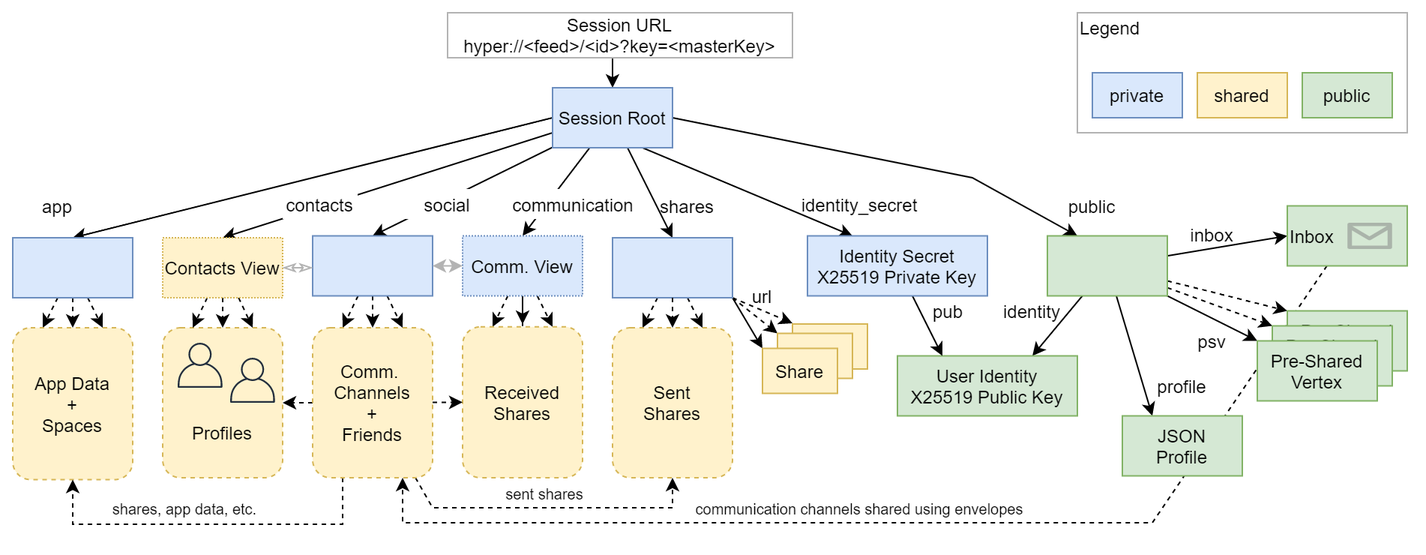
This is docs/session.png from fsteff/certacrypt, a draw.io export, as it was before one commit. Source tidied: cells renumbered, new cells last; positions are measured from the earlier drawing's top-left corner, leaving out a move shared by most shapes.
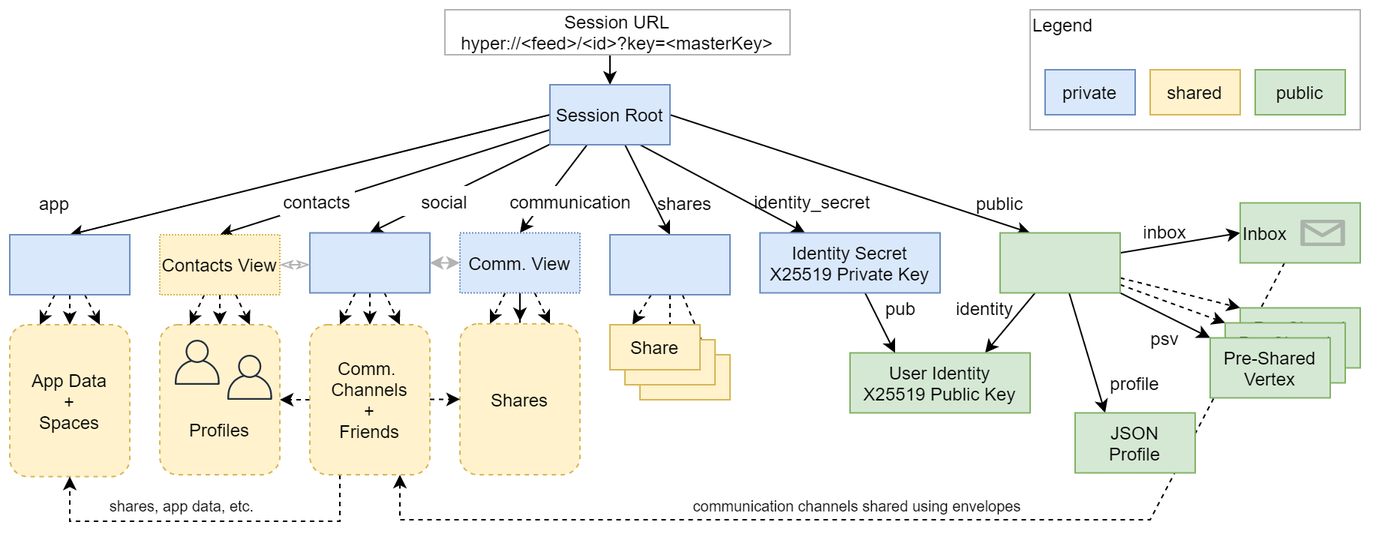
Later version of the same file.

Change to the diagram source:
```diff
@@ -23,11 +23,7 @@
       <mxGeometry x="290" width="230" height="30" as="geometry" />
     </mxCell>
     <mxCell id="6" style="edgeStyle=none;rounded=0;jettySize=auto;html=1;entryX=0.25;entryY=0;entryDx=0;entryDy=0;exitX=1;exitY=0.5;exitDx=0;exitDy=0;" parent="1" edge="1" source="13" target="20">
-      <mxGeometry relative="1" as="geometry">
-        <Array as="points">
-          <mxPoint x="640" y="110" />
-        </Array>
-      </mxGeometry>
+      <mxGeometry relative="1" as="geometry" />
     </mxCell>
     <mxCell id="7" style="edgeStyle=none;rounded=0;jettySize=auto;html=1;entryX=0.25;entryY=0;entryDx=0;entryDy=0;exitX=0.75;exitY=1;exitDx=0;exitDy=0;" parent="1" edge="1" source="13" target="30">
       <mxGeometry relative="1" as="geometry" />
@@ -73,55 +69,55 @@
       <mxGeometry relative="1" as="geometry" />
     </mxCell>
     <mxCell id="20" style="rounded=0;whiteSpace=wrap;html=1;align=left;fillColor=#d5e8d4;strokeColor=#82b366;" parent="1" vertex="1">
-      <mxGeometry x="690" y="148.8" width="80" height="40" as="geometry" />
+      <mxGeometry x="660" y="148.8" width="80" height="40" as="geometry" />
     </mxCell>
     <mxCell id="21" value="public" style="text;html=1;strokeColor=none;fillColor=none;align=center;verticalAlign=middle;whiteSpace=wrap;rounded=0;" parent="1" vertex="1">
-      <mxGeometry x="700" y="118.8" width="40" height="20" as="geometry" />
+      <mxGeometry x="640" y="118.8" width="40" height="20" as="geometry" />
     </mxCell>
     <mxCell id="22" value="User Identity&lt;br&gt;&lt;span&gt;X25519 Public Key&lt;/span&gt;" style="rounded=0;whiteSpace=wrap;html=1;fillColor=#d5e8d4;strokeColor=#82b366;" parent="1" vertex="1">
-      <mxGeometry x="590" y="228.8" width="120" height="40" as="geometry" />
+      <mxGeometry x="560" y="228.8" width="120" height="40" as="geometry" />
     </mxCell>
     <mxCell id="23" value="JSON&lt;br&gt;Profile" style="rounded=0;whiteSpace=wrap;html=1;fillColor=#d5e8d4;strokeColor=#82b366;" parent="1" vertex="1">
-      <mxGeometry x="740" y="268.8" width="80" height="40" as="geometry" />
+      <mxGeometry x="710" y="268.8" width="80" height="40" as="geometry" />
     </mxCell>
     <mxCell id="24" value="profile" style="text;html=1;strokeColor=none;fillColor=none;align=center;verticalAlign=middle;whiteSpace=wrap;rounded=0;" parent="1" vertex="1">
-      <mxGeometry x="760" y="238.8" width="40" height="20" as="geometry" />
+      <mxGeometry x="730" y="238.8" width="40" height="20" as="geometry" />
     </mxCell>
     <mxCell id="25" value="identity" style="text;html=1;strokeColor=none;fillColor=none;align=center;verticalAlign=middle;whiteSpace=wrap;rounded=0;" parent="1" vertex="1">
-      <mxGeometry x="660" y="188.8" width="40" height="20" as="geometry" />
+      <mxGeometry x="630" y="188.8" width="40" height="20" as="geometry" />
     </mxCell>
     <mxCell id="26" value="Pre-Shared&lt;br&gt;Vertex" style="rounded=0;whiteSpace=wrap;html=1;fillColor=#d5e8d4;strokeColor=#82b366;" parent="1" vertex="1">
-      <mxGeometry x="850" y="198.8" width="80" height="40" as="geometry" />
+      <mxGeometry x="820" y="198.8" width="80" height="40" as="geometry" />
     </mxCell>
     <mxCell id="27" value="Pre-Shared&lt;br&gt;Vertex" style="rounded=0;whiteSpace=wrap;html=1;fillColor=#d5e8d4;strokeColor=#82b366;" parent="1" vertex="1">
-      <mxGeometry x="840" y="208.8" width="80" height="40" as="geometry" />
+      <mxGeometry x="810" y="208.8" width="80" height="40" as="geometry" />
     </mxCell>
     <mxCell id="28" value="Pre-Shared&lt;br&gt;Vertex" style="rounded=0;whiteSpace=wrap;html=1;fillColor=#d5e8d4;strokeColor=#82b366;" parent="1" vertex="1">
-      <mxGeometry x="830" y="218.8" width="80" height="40" as="geometry" />
+      <mxGeometry x="800" y="218.8" width="80" height="40" as="geometry" />
     </mxCell>
     <mxCell id="29" style="edgeStyle=none;rounded=0;jettySize=auto;html=1;entryX=0.25;entryY=0;entryDx=0;entryDy=0;" parent="1" edge="1" source="30" target="22">
       <mxGeometry relative="1" as="geometry" />
     </mxCell>
     <mxCell id="30" value="Identity Secret&lt;br&gt;X25519 Private Key" style="rounded=0;whiteSpace=wrap;html=1;fillColor=#dae8fc;strokeColor=#6c8ebf;" parent="1" vertex="1">
-      <mxGeometry x="530" y="148.8" width="120" height="40" as="geometry" />
+      <mxGeometry x="500" y="148.8" width="120" height="40" as="geometry" />
     </mxCell>
     <mxCell id="31" value="pub" style="text;html=1;strokeColor=none;fillColor=none;align=center;verticalAlign=middle;whiteSpace=wrap;rounded=0;" parent="1" vertex="1">
-      <mxGeometry x="604" y="188.8" width="40" height="20" as="geometry" />
+      <mxGeometry x="574" y="188.8" width="40" height="20" as="geometry" />
     </mxCell>
     <mxCell id="32" value="identity_secret" style="text;html=1;strokeColor=none;fillColor=none;align=center;verticalAlign=middle;whiteSpace=wrap;rounded=0;" parent="1" vertex="1">
-      <mxGeometry x="520" y="117.5" width="90" height="20" as="geometry" />
+      <mxGeometry x="490" y="117.5" width="90" height="20" as="geometry" />
     </mxCell>
     <mxCell id="33" value="psv" style="text;html=1;strokeColor=none;fillColor=none;align=center;verticalAlign=middle;whiteSpace=wrap;rounded=0;" parent="1" vertex="1">
-      <mxGeometry x="780" y="208.8" width="40" height="20" as="geometry" />
+      <mxGeometry x="750" y="208.8" width="40" height="20" as="geometry" />
     </mxCell>
     <mxCell id="34" value="Inbox" style="rounded=0;whiteSpace=wrap;html=1;align=left;fillColor=#d5e8d4;strokeColor=#82b366;" parent="1" vertex="1">
-      <mxGeometry x="850" y="128.8" width="80" height="40" as="geometry" />
+      <mxGeometry x="820" y="128.8" width="80" height="40" as="geometry" />
     </mxCell>
     <mxCell id="35" style="verticalLabelPosition=bottom;html=1;verticalAlign=top;align=center;strokeColor=none;shape=mxgraph.azure.message;fillColor=#808080;" parent="1" vertex="1">
-      <mxGeometry x="890" y="140" width="30" height="17.5" as="geometry" />
+      <mxGeometry x="860" y="140" width="30" height="17.5" as="geometry" />
     </mxCell>
     <mxCell id="36" value="inbox" style="text;html=1;strokeColor=none;fillColor=none;align=center;verticalAlign=middle;whiteSpace=wrap;rounded=0;" parent="1" vertex="1">
-      <mxGeometry x="780" y="137.5" width="40" height="20" as="geometry" />
+      <mxGeometry x="750" y="137.5" width="40" height="20" as="geometry" />
     </mxCell>
     <mxCell id="37" style="rounded=0;jettySize=auto;html=1;entryX=0.25;entryY=0;entryDx=0;entryDy=0;dashed=1;exitX=0.371;exitY=1.001;exitDx=0;exitDy=0;exitPerimeter=0;" parent="1" edge="1" source="40" target="3">
       <mxGeometry relative="1" as="geometry" />
@@ -197,21 +193,21 @@
       <mxGeometry x="430" y="320" width="270" height="20" as="geometry" />
     </mxCell>
     <mxCell id="59" style="rounded=0;whiteSpace=wrap;html=1;fillColor=none;strokeColor=#B3B3B3;" parent="1" vertex="1">
-      <mxGeometry x="710" width="220" height="80" as="geometry" />
+      <mxGeometry x="680" width="220" height="80" as="geometry" />
     </mxCell>
     <mxCell id="60" value="Legend" style="text;html=1;strokeColor=none;fillColor=none;align=left;verticalAlign=middle;whiteSpace=wrap;rounded=0;" parent="1" vertex="1">
-      <mxGeometry x="710" width="50" height="20" as="geometry" />
+      <mxGeometry x="680" width="50" height="20" as="geometry" />
     </mxCell>
     <mxCell id="61" value="private" style="rounded=0;whiteSpace=wrap;html=1;strokeColor=#6c8ebf;fillColor=#dae8fc;" parent="1" vertex="1">
-      <mxGeometry x="720" y="40" width="60" height="30" as="geometry" />
+      <mxGeometry x="690" y="40" width="60" height="30" as="geometry" />
     </mxCell>
     <mxCell id="62" value="shared" style="rounded=0;whiteSpace=wrap;html=1;strokeColor=#d6b656;fillColor=#fff2cc;" parent="1" vertex="1">
-      <mxGeometry x="790" y="40" width="60" height="30" as="geometry" />
+      <mxGeometry x="760" y="40" width="60" height="30" as="geometry" />
     </mxCell>
     <mxCell id="63" value="public" style="rounded=0;whiteSpace=wrap;html=1;strokeColor=#82b366;fillColor=#d5e8d4;" parent="1" vertex="1">
-      <mxGeometry x="860" y="40" width="60" height="30" as="geometry" />
+      <mxGeometry x="830" y="40" width="60" height="30" as="geometry" />
     </mxCell>
-    <mxCell id="64" value="Received&lt;br&gt;Shares" style="rounded=1;whiteSpace=wrap;html=1;dashed=1;fillColor=#fff2cc;strokeColor=#d6b656;" parent="1" vertex="1">
+    <mxCell id="64" value="Shares" style="rounded=1;whiteSpace=wrap;html=1;dashed=1;fillColor=#fff2cc;strokeColor=#d6b656;" parent="1" vertex="1">
       <mxGeometry x="300" y="209.4" width="80" height="100.6" as="geometry" />
     </mxCell>
     <mxCell id="65" style="edgeStyle=none;rounded=0;jettySize=auto;html=1;entryX=0.5;entryY=0;entryDx=0;entryDy=0;dashed=1;" parent="1" edge="1" source="68" target="73">
@@ -229,14 +225,6 @@
     <mxCell id="69" value="communication" style="text;html=1;strokeColor=none;align=center;verticalAlign=middle;whiteSpace=wrap;rounded=0;fillColor=#ffffff;" parent="1" vertex="1">
       <mxGeometry x="329" y="117.5" width="90" height="20" as="geometry" />
     </mxCell>
-    <mxCell id="70" style="edgeStyle=none;rounded=0;jettySize=auto;html=1;entryX=0.5;entryY=1;entryDx=0;entryDy=0;dashed=1;" parent="1" edge="1" source="73" target="83">
-      <mxGeometry relative="1" as="geometry">
-        <Array as="points">
-          <mxPoint x="280" y="330" />
-          <mxPoint x="440" y="330" />
-        </Array>
-      </mxGeometry>
-    </mxCell>
     <mxCell id="71" style="edgeStyle=none;rounded=0;jettySize=auto;html=1;entryX=0;entryY=0.5;entryDx=0;entryDy=0;dashed=1;fontSize=10;" parent="1" edge="1" source="73" target="64">
       <mxGeometry relative="1" as="geometry" />
     </mxCell>
@@ -254,51 +242,29 @@
     <mxCell id="75" style="endArrow=classic;startArrow=classic;html=1;strokeColor=#B3B3B3;exitX=1;exitY=0.5;exitDx=0;exitDy=0;entryX=0;entryY=0.5;entryDx=0;entryDy=0;" parent="1" edge="1" source="68" target="51">
       <mxGeometry relative="1" as="geometry" />
     </mxCell>
-    <mxCell id="76" style="edgeStyle=none;rounded=0;jettySize=auto;html=1;entryX=0.75;entryY=0;entryDx=0;entryDy=0;dashed=1;" parent="1" edge="1" source="81" target="83">
-      <mxGeometry relative="1" as="geometry" />
-    </mxCell>
-    <mxCell id="77" style="edgeStyle=none;rounded=0;jettySize=auto;html=1;entryX=0.25;entryY=0;entryDx=0;entryDy=0;dashed=1;" parent="1" edge="1" source="81" target="83">
-      <mxGeometry relative="1" as="geometry" />
-    </mxCell>
-    <mxCell id="78" style="edgeStyle=none;rounded=0;jettySize=auto;html=1;entryX=0;entryY=0;entryDx=0;entryDy=0;exitX=1;exitY=1;exitDx=0;exitDy=0;" parent="1" edge="1" source="81" target="87">
+    <mxCell id="78" style="edgeStyle=none;rounded=0;jettySize=auto;html=1;entryX=0.25;entryY=0;entryDx=0;entryDy=0;dashed=1;fontSize=10;" parent="1" edge="1" source="81" target="87">
       <mxGeometry relative="1" as="geometry" />
     </mxCell>
-    <mxCell id="79" style="edgeStyle=none;rounded=0;jettySize=auto;html=1;entryX=0;entryY=0;entryDx=0;entryDy=0;dashed=1;exitX=1;exitY=1;exitDx=0;exitDy=0;" parent="1" edge="1" source="81" target="86">
+    <mxCell id="79" style="edgeStyle=none;rounded=0;jettySize=auto;html=1;entryX=0.5;entryY=0;entryDx=0;entryDy=0;dashed=1;fontSize=10;" parent="1" edge="1" source="81" target="86">
       <mxGeometry relative="1" as="geometry" />
     </mxCell>
-    <mxCell id="80" style="edgeStyle=none;rounded=0;jettySize=auto;html=1;dashed=1;exitX=1;exitY=1;exitDx=0;exitDy=0;" parent="1" edge="1" source="81">
-      <mxGeometry relative="1" as="geometry">
-        <mxPoint x="520" y="207" as="targetPoint" />
-      </mxGeometry>
-    </mxCell>
+    <mxCell id="90" style="edgeStyle=none;rounded=0;jettySize=auto;html=1;entryX=0.75;entryY=0;entryDx=0;entryDy=0;dashed=1;fontSize=10;" parent="1" edge="1" source="81" target="85">
+      <mxGeometry relative="1" as="geometry" />
+    </mxCell>
     <mxCell id="81" style="rounded=0;whiteSpace=wrap;html=1;fillColor=#dae8fc;strokeColor=#6c8ebf;" parent="1" vertex="1">
       <mxGeometry x="400" y="150" width="80" height="40" as="geometry" />
     </mxCell>
     <mxCell id="82" value="shares" style="text;html=1;strokeColor=none;fillColor=none;align=center;verticalAlign=middle;whiteSpace=wrap;rounded=0;" parent="1" vertex="1">
       <mxGeometry x="430" y="118.8" width="40" height="20" as="geometry" />
     </mxCell>
-    <mxCell id="83" value="Sent&lt;br&gt;Shares" style="rounded=1;whiteSpace=wrap;html=1;dashed=1;fillColor=#fff2cc;strokeColor=#d6b656;" parent="1" vertex="1">
-      <mxGeometry x="400" y="210" width="80" height="100" as="geometry" />
-    </mxCell>
-    <mxCell id="84" style="edgeStyle=orthogonalEdgeStyle;rounded=0;jettySize=auto;html=1;dashed=1;exitX=0.5;exitY=1;exitDx=0;exitDy=0;" parent="1" edge="1" source="81">
-      <mxGeometry relative="1" as="geometry">
-        <mxPoint x="440" y="210" as="targetPoint" />
-      </mxGeometry>
-    </mxCell>
     <mxCell id="85" value="Share" style="rounded=0;whiteSpace=wrap;html=1;fillColor=#fff2cc;strokeColor=#d6b656;" parent="1" vertex="1">
-      <mxGeometry x="520" y="207.5" width="50" height="30" as="geometry" />
+      <mxGeometry x="420" y="230" width="60" height="30" as="geometry" />
     </mxCell>
     <mxCell id="86" value="Share" style="rounded=0;whiteSpace=wrap;html=1;fillColor=#fff2cc;strokeColor=#d6b656;" parent="1" vertex="1">
-      <mxGeometry x="510" y="213.8" width="50" height="30" as="geometry" />
+      <mxGeometry x="410" y="220" width="60" height="30" as="geometry" />
     </mxCell>
     <mxCell id="87" value="Share" style="rounded=0;whiteSpace=wrap;html=1;fillColor=#fff2cc;strokeColor=#d6b656;" parent="1" vertex="1">
-      <mxGeometry x="500" y="223.8" width="50" height="30" as="geometry" />
+      <mxGeometry x="400" y="210" width="60" height="30" as="geometry" />
     </mxCell>
-    <mxCell id="88" value="url" style="text;html=1;strokeColor=none;fillColor=none;align=center;verticalAlign=middle;whiteSpace=wrap;rounded=0;" parent="1" vertex="1">
-      <mxGeometry x="480" y="178.8" width="40" height="20" as="geometry" />
-    </mxCell>
-    <mxCell id="89" value="sent shares" style="text;html=1;strokeColor=none;fillColor=none;align=center;verticalAlign=middle;whiteSpace=wrap;rounded=0;fontSize=10;" parent="1" vertex="1">
-      <mxGeometry x="320" y="310" width="70" height="21.2" as="geometry" />
-    </mxCell>
   </root>
 </mxGraphModel>
```
